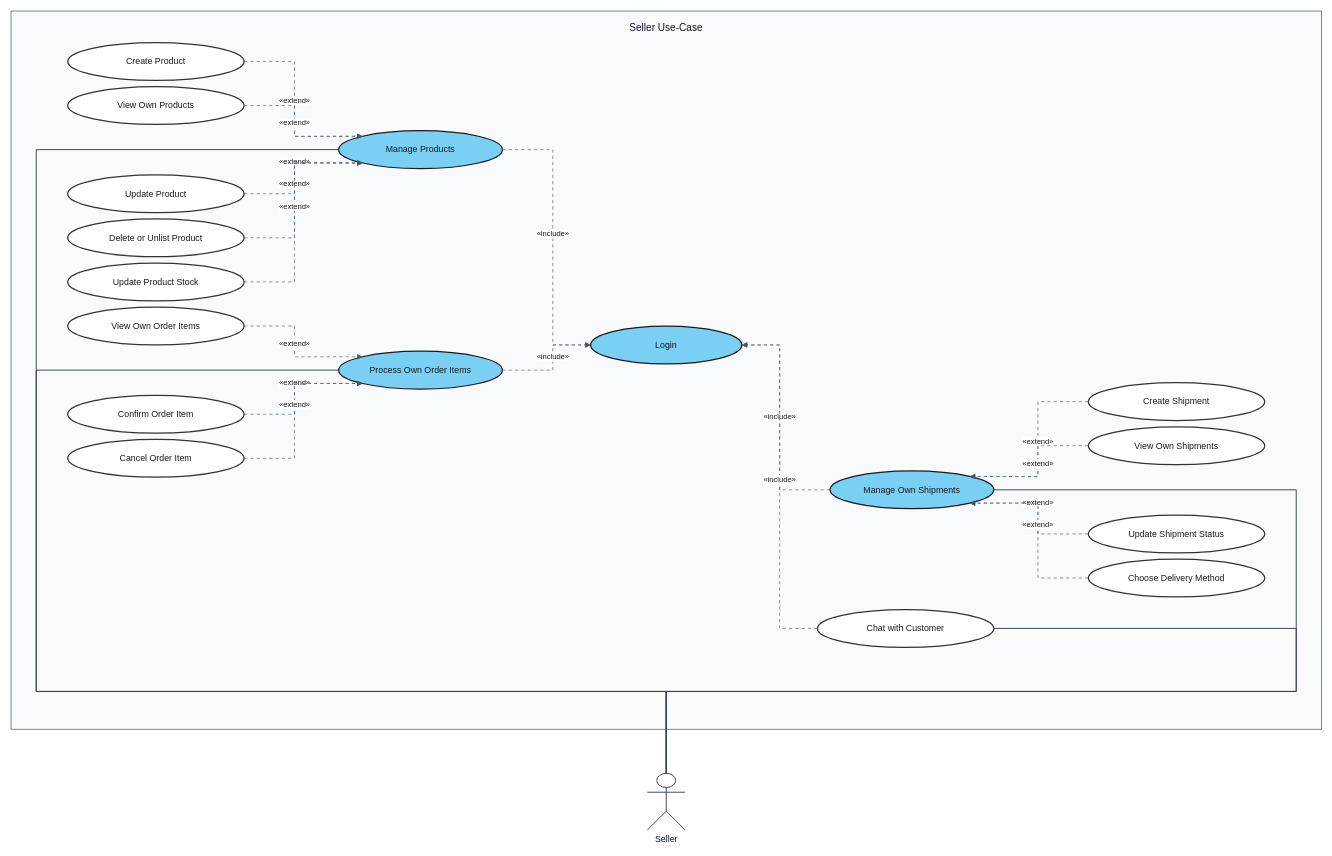
Earlier version of the draw.io diagram usecase-diagram/seller-usecases.drawio (e-commercial-marketplace/commerce-platform-docs). Source tidied: cells renumbered, new cells numbered last; positions are measured from the earlier drawing's top-left corner, leaving out a move shared by most shapes. Both pictures are drawn from the tidied source at 63%, with x=0, y=0 at pixel (11, 11).
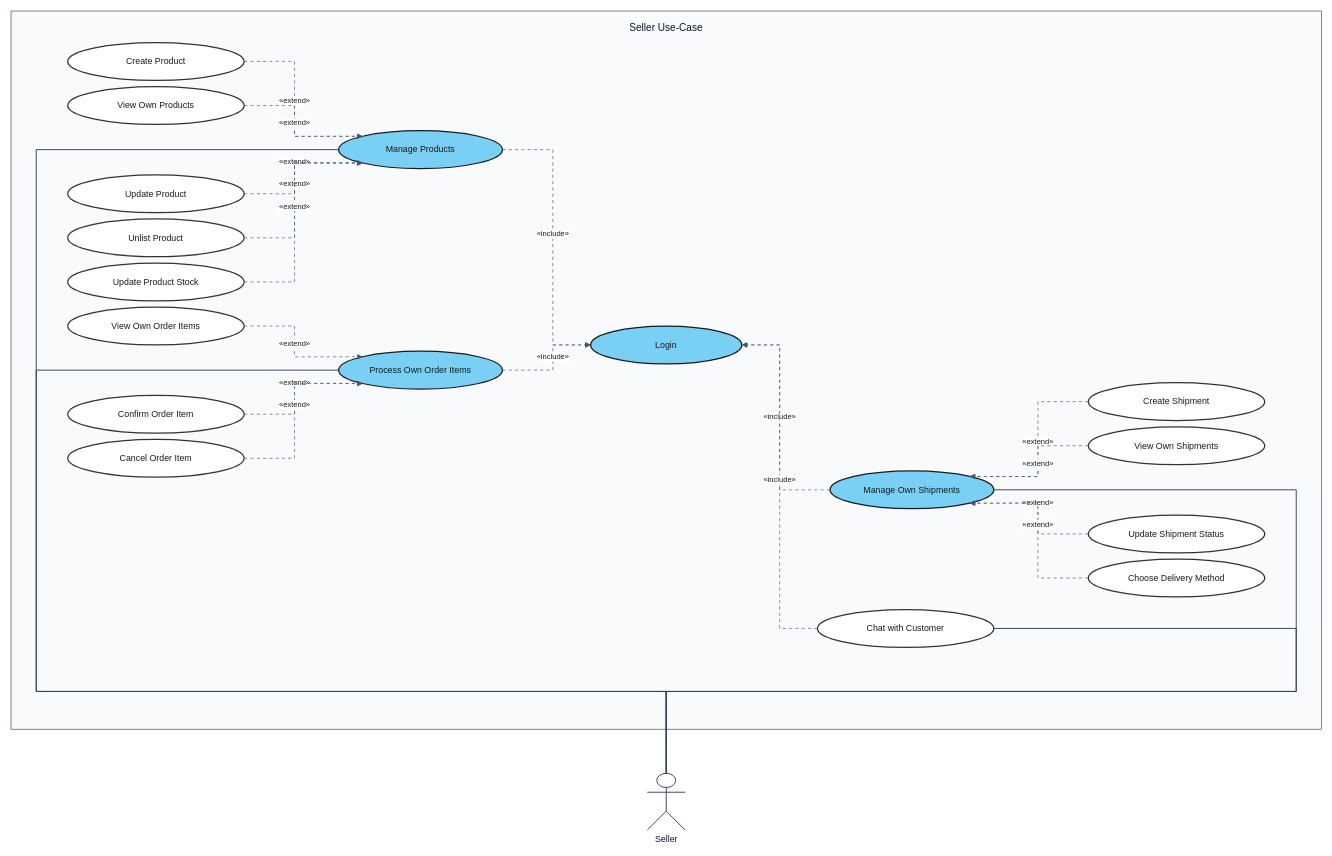
After the change.

Diff of the diagram source:
```diff
@@
-    <mxCell id="7" value="Delete or Unlist Product" style="ellipse;whiteSpace=wrap;html=1;align=center;verticalAlign=middle;fillColor=#ffffff;strokeColor=#333333;strokeWidth=2;fontColor=#1A1A1A;fontSize=14;fontStyle=0;" parent="1" vertex="1">
+    <mxCell id="7" value="Unlist Product" style="ellipse;whiteSpace=wrap;html=1;align=center;verticalAlign=middle;fillColor=#ffffff;strokeColor=#333333;strokeWidth=2;fontColor=#1A1A1A;fontSize=14;fontStyle=0;" parent="1" vertex="1">
       <mxGeometry x="90" y="330" width="280" height="60" as="geometry" />
     </mxCell>
```
